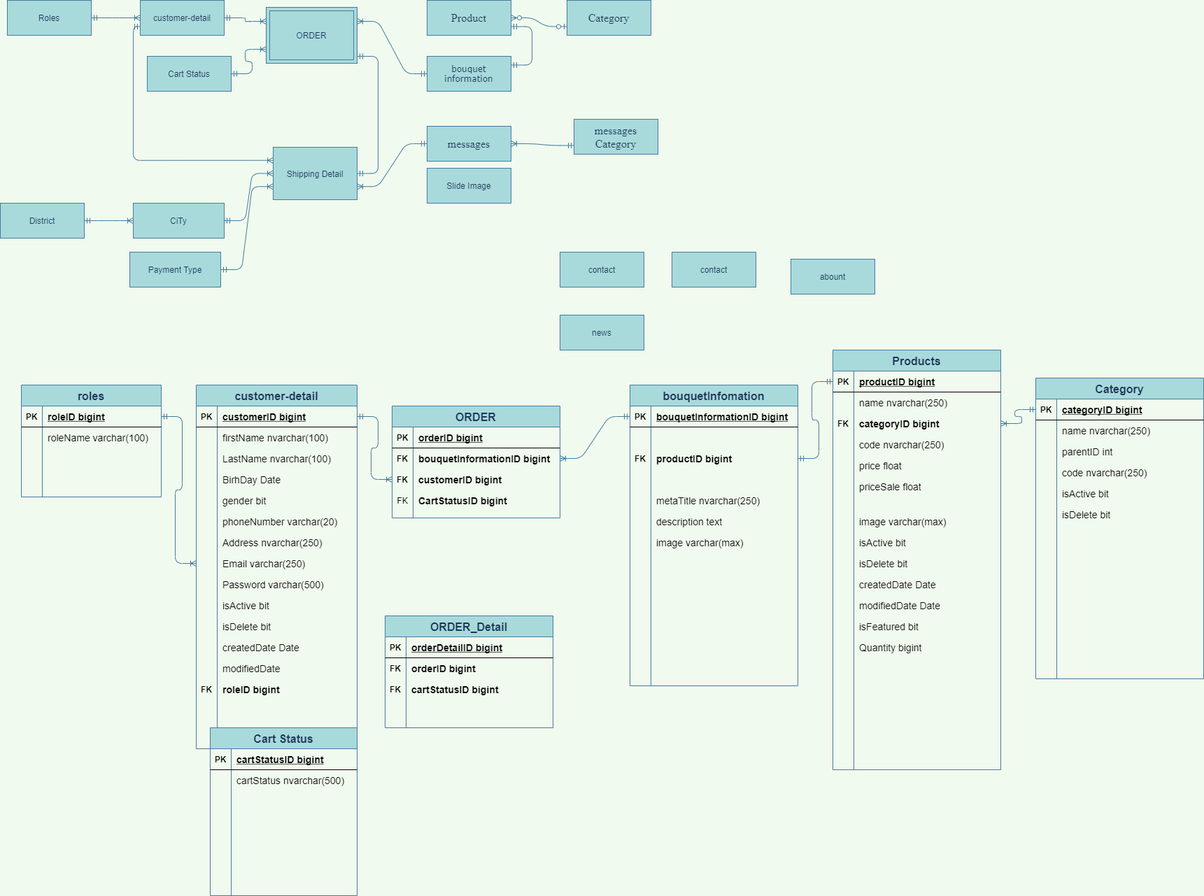
This is Untitled Diagram.png from maialino123/Eproject-SEM3, a draw.io export, as it was before one commit. Source tidied: cells renumbered, new cells last; positions are measured from the earlier drawing's top-left corner, leaving out a move shared by most shapes.
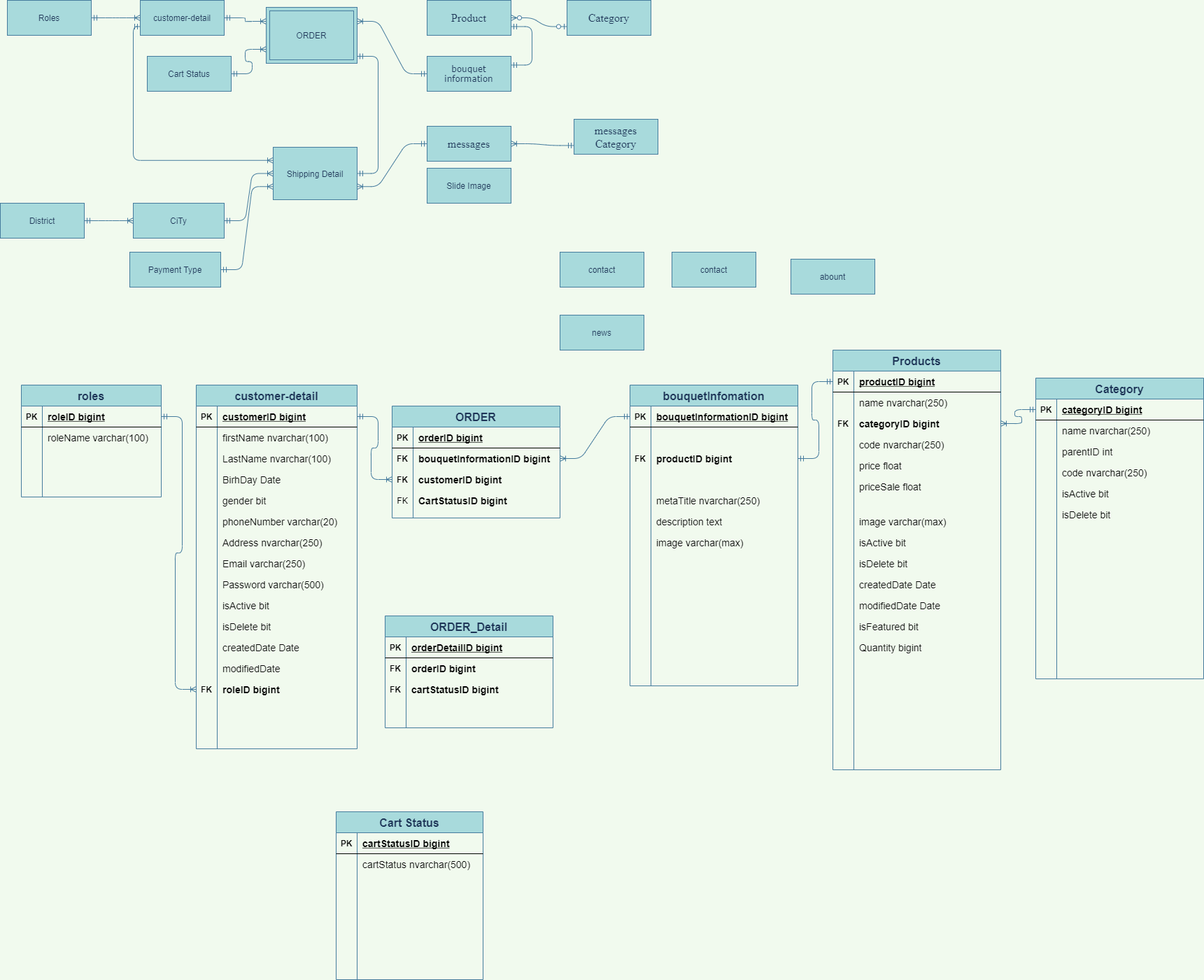
After the change.

Diff of the diagram source:
```diff
@@ -263,7 +263,7 @@
       <mxGeometry x="30" width="200" height="30" as="geometry" />
     </mxCell>
     <mxCell id="88" value="Cart Status" style="shape=table;startSize=30;rowLines=0;fontStyle=1;align=center;rounded=0;sketch=0;fontColor=#1D3557;strokeColor=#457B9D;fillColor=#A8DADC;fontSize=16;" parent="1" vertex="1">
-      <mxGeometry x="300" y="1040" width="210" height="240" as="geometry" />
+      <mxGeometry x="480" y="1160" width="210" height="240" as="geometry" />
     </mxCell>
     <mxCell id="89" style="shape=partialRectangle;fillColor=none;top=0;left=0;bottom=1;right=0;" parent="88" vertex="1">
       <mxGeometry y="30" width="210" height="30" as="geometry" />
@@ -328,7 +328,7 @@
     <mxCell id="109" style="shape=partialRectangle;fillColor=none;top=0;left=0;bottom=0;right=0;align=left;spacingLeft=6;overflow=hidden;" parent="107" vertex="1">
       <mxGeometry x="30" width="180" height="30" as="geometry" />
     </mxCell>
-    <mxCell id="110" style="edgeStyle=entityRelationEdgeStyle;fontSize=12;html=1;endArrow=ERoneToMany;startArrow=ERmandOne;fontColor=#1D3557;strokeColor=#457B9D;fillColor=#A8DADC;labelBackgroundColor=#F1FAEE;exitX=1;exitY=0.5;exitDx=0;exitDy=0;entryX=0;entryY=0.5;entryDx=0;entryDy=0;" parent="1" edge="1" source="33" target="67">
+    <mxCell id="110" style="edgeStyle=entityRelationEdgeStyle;fontSize=12;html=1;endArrow=ERoneToMany;startArrow=ERmandOne;fontColor=#1D3557;strokeColor=#457B9D;fillColor=#A8DADC;labelBackgroundColor=#F1FAEE;exitX=1;exitY=0.5;exitDx=0;exitDy=0;entryX=0;entryY=0.5;entryDx=0;entryDy=0;" parent="1" edge="1" source="33" target="85">
       <mxGeometry relative="1" as="geometry" />
     </mxCell>
     <mxCell id="111" value="ORDER" style="shape=table;startSize=30;rowLines=0;fontStyle=1;align=center;rounded=0;sketch=0;fontSize=16;fontColor=#1D3557;strokeColor=#457B9D;fillColor=#A8DADC;" parent="1" vertex="1">
```
